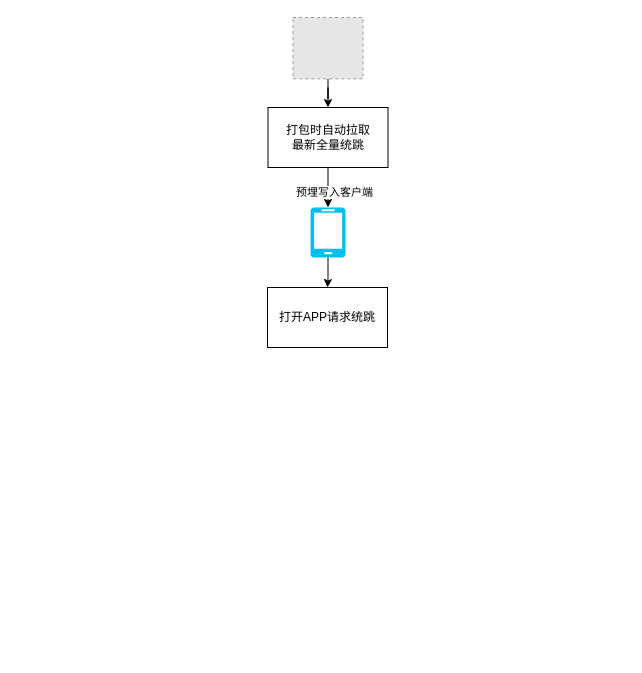
This is 统跳2.0.drawio from pekah/Draw, a draw.io file, before an edit. Source tidied: cells renumbered, new cells numbered last; positions are measured from the earlier drawing's top-left corner, leaving out a move shared by most shapes. Both pictures are drawn from the tidied source at 100%, with x=0, y=0 at pixel (267, 17). Pictures stored in the file or linked from it are replaced by grey dashed boxes.
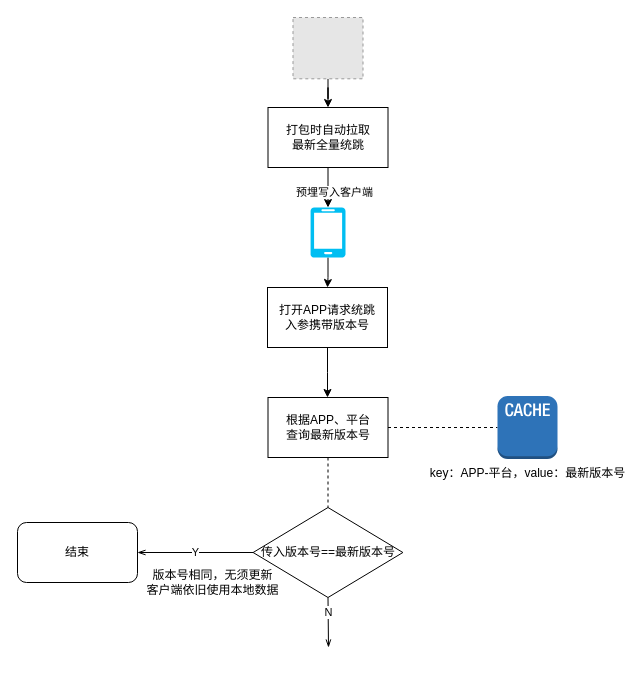
After the change.

Diff of the diagram source:
```diff
@@
+    <mxCell id="10" style="edgeStyle=orthogonalEdgeStyle;rounded=0;jettySize=auto;html=1;" parent="1" edge="1" source="6">
+      <mxGeometry relative="1" as="geometry">
+        <mxPoint x="60" y="380" as="targetPoint" />
+      </mxGeometry>
+    </mxCell>
-    <mxCell id="6" value="打开APP请求统跳" style="rounded=0;whiteSpace=wrap;html=1;" parent="1" vertex="1">
+    <mxCell id="6" value="打开APP请求统跳&lt;br&gt;入参携带版本号" style="rounded=0;whiteSpace=wrap;html=1;" parent="1" vertex="1">
       <mxGeometry y="270" width="120" height="60" as="geometry" />
     </mxCell>
@@
+    <mxCell id="11" style="rounded=0;jettySize=auto;html=1;dashed=1;endArrow=none;endFill=0;" parent="1" edge="1" source="13" target="14">
+      <mxGeometry relative="1" as="geometry" />
+    </mxCell>
+    <mxCell id="12" style="edgeStyle=none;rounded=0;jettySize=auto;html=1;dashed=1;endArrow=none;endFill=0;" parent="1" edge="1" source="13" target="18">
+      <mxGeometry relative="1" as="geometry" />
+    </mxCell>
+    <mxCell id="13" value="根据APP、平台&lt;br&gt;查询最新版本号" style="rounded=0;whiteSpace=wrap;html=1;" parent="1" vertex="1">
+      <mxGeometry x="0.5" y="380" width="120" height="60" as="geometry" />
+    </mxCell>
+    <mxCell id="14" value="key：APP-平台，value：最新版本号" style="outlineConnect=0;dashed=0;verticalLabelPosition=bottom;verticalAlign=top;align=center;html=1;shape=mxgraph.aws3.cache_node;fillColor=#2E73B8;gradientColor=none;" parent="1" vertex="1">
+      <mxGeometry x="230" y="378.5" width="60" height="63" as="geometry" />
+    </mxCell>
+    <mxCell id="15" value="Y" style="edgeStyle=none;rounded=0;jettySize=auto;html=1;entryX=1;entryY=0.5;entryDx=0;entryDy=0;endArrow=openThin;endFill=0;" parent="1" edge="1" source="18" target="19">
+      <mxGeometry relative="1" as="geometry" />
+    </mxCell>
+    <mxCell id="16" style="edgeStyle=none;rounded=0;jettySize=auto;html=1;exitX=0.5;exitY=1;exitDx=0;exitDy=0;endArrow=openThin;endFill=0;" parent="1" edge="1" source="18">
+      <mxGeometry relative="1" as="geometry">
+        <mxPoint x="61" y="630" as="targetPoint" />
+      </mxGeometry>
+    </mxCell>
+    <mxCell id="17" value="N" style="edgeLabel;html=1;align=center;verticalAlign=middle;" parent="16" vertex="1">
+      <mxGeometry x="-0.42" relative="1" as="geometry" />
+    </mxCell>
+    <mxCell id="18" value="传入版本号==最新版本号" style="rhombus;whiteSpace=wrap;html=1;rounded=0;" parent="1" vertex="1">
+      <mxGeometry x="-14.4" y="490" width="149.8" height="90" as="geometry" />
+    </mxCell>
+    <mxCell id="19" value="结束" style="rounded=1;whiteSpace=wrap;html=1;" parent="1" vertex="1">
+      <mxGeometry x="-250" y="505" width="120" height="60" as="geometry" />
+    </mxCell>
+    <mxCell id="20" value="版本号相同，无须更新&lt;br&gt;客户端依旧使用本地数据" style="text;html=1;align=center;verticalAlign=middle;" parent="1" vertex="1">
+      <mxGeometry x="-130" y="550" width="150" height="30" as="geometry" />
+    </mxCell>
```
